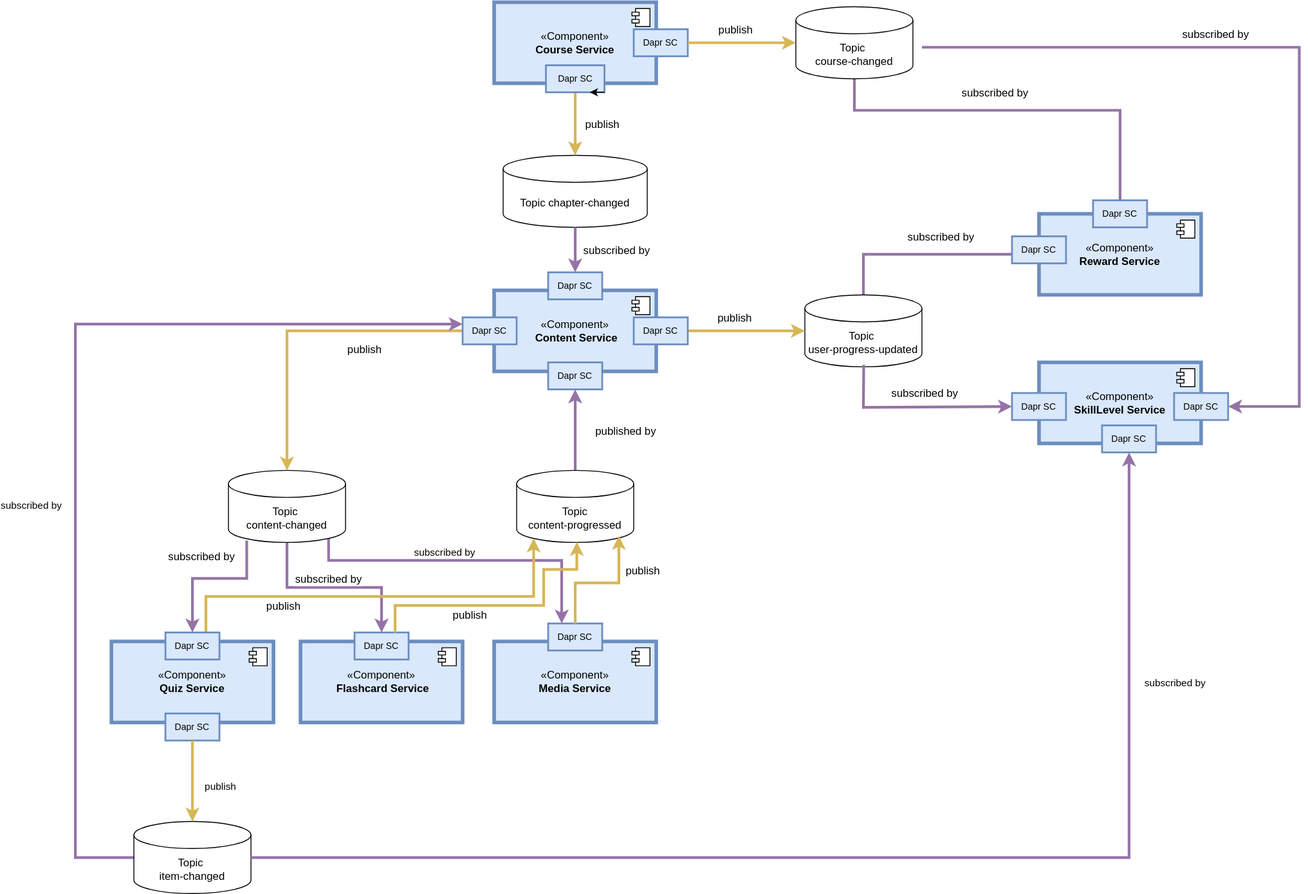
Before: dev-manuals/backend/dapr/topics.drawio.svg, a diagram exported from draw.io (MEITREX/wiki). Source tidied: cells renumbered, new cells last; positions are measured from the earlier drawing's top-left corner, leaving out a move shared by most shapes.
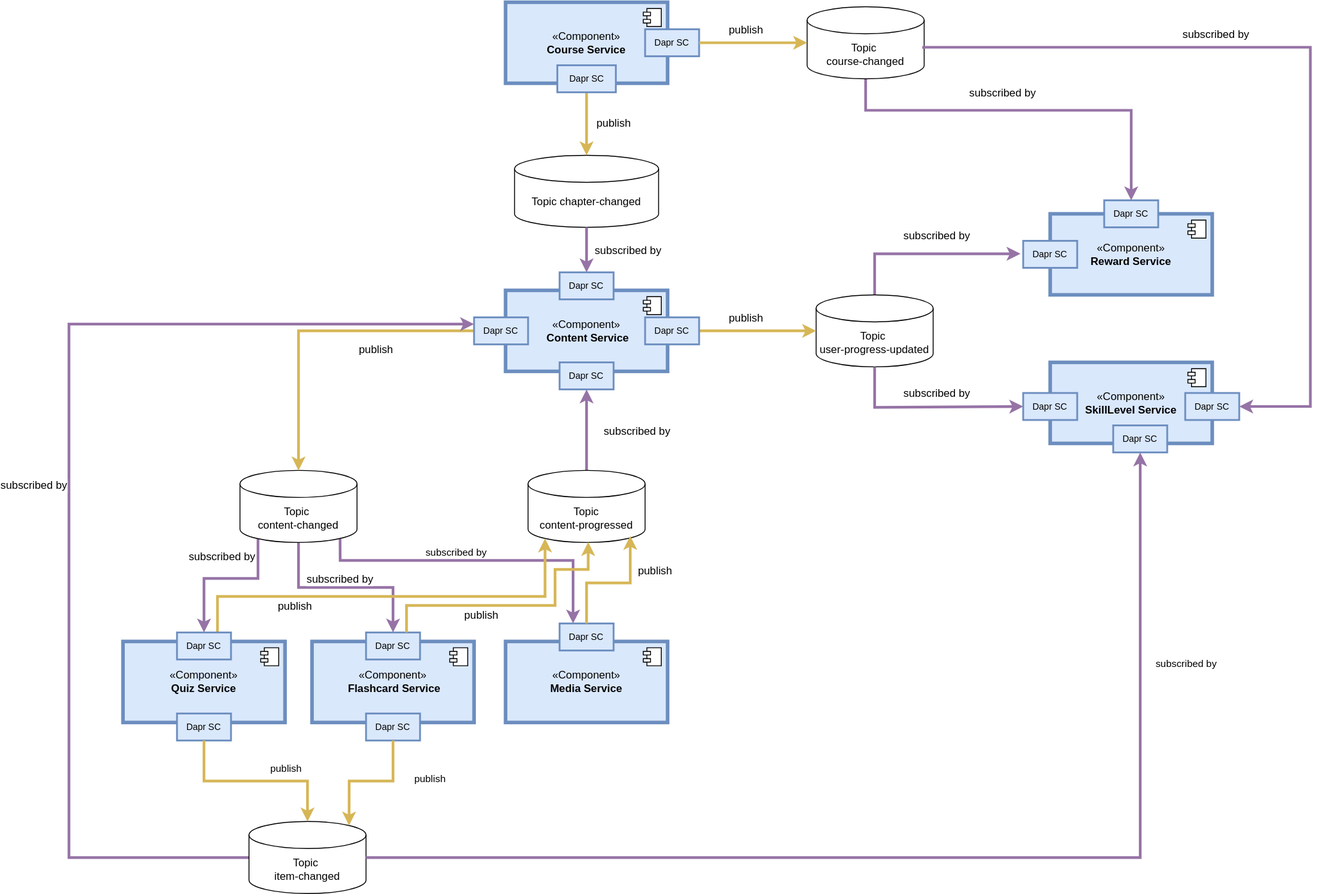
Above is the later version.

Change to the diagram source:
```diff
@@ -58,7 +58,7 @@
         <mxPoint x="-27" y="7" as="offset" />
       </mxGeometry>
     </mxCell>
-    <mxCell id="16" style="edgeStyle=orthogonalEdgeStyle;rounded=0;jettySize=auto;html=1;entryX=0.5;entryY=0;entryDx=0;entryDy=0;fillColor=#e1d5e7;strokeColor=#9673a6;strokeWidth=3;exitX=0.5;exitY=1;exitDx=0;exitDy=0;exitPerimeter=0;" parent="1" edge="1" source="18" target="4">
+    <mxCell id="16" style="edgeStyle=orthogonalEdgeStyle;rounded=0;jettySize=auto;html=1;entryX=0.5;entryY=0;entryDx=0;entryDy=0;fillColor=#e1d5e7;strokeColor=#9673a6;strokeWidth=3;exitX=0.5;exitY=1;exitDx=0;exitDy=0;exitPerimeter=0;" parent="1" edge="1" source="18" target="54">
       <mxGeometry relative="1" as="geometry">
         <Array as="points">
           <mxPoint x="865" y="120" />
@@ -77,7 +77,7 @@
     <mxCell id="19" style="edgeStyle=orthogonalEdgeStyle;rounded=0;jettySize=auto;html=1;entryX=0.5;entryY=1;entryDx=0;entryDy=0;fillColor=#e1d5e7;strokeColor=#9673a6;strokeWidth=3;" parent="1" edge="1" source="21" target="45">
       <mxGeometry relative="1" as="geometry" />
     </mxCell>
-    <mxCell id="20" value="&lt;span style=&quot;font-size: 12px;&quot;&gt;published by&lt;/span&gt;" style="edgeLabel;html=1;align=center;verticalAlign=middle;" parent="19" vertex="1">
+    <mxCell id="20" value="&lt;span style=&quot;font-size: 12px;&quot;&gt;subscribed by&lt;/span&gt;" style="edgeLabel;html=1;align=center;verticalAlign=middle;" parent="19" vertex="1">
       <mxGeometry x="-0.03" y="-1" relative="1" as="geometry">
         <mxPoint x="54" as="offset" />
       </mxGeometry>
@@ -85,10 +85,10 @@
     <mxCell id="21" value="Topic&lt;div&gt;content-progressed&lt;/div&gt;" style="shape=cylinder3;whiteSpace=wrap;html=1;boundedLbl=1;backgroundOutline=1;size=15;" parent="1" vertex="1">
       <mxGeometry x="490" y="520" width="130" height="80" as="geometry" />
     </mxCell>
-    <mxCell id="22" style="edgeStyle=orthogonalEdgeStyle;rounded=0;jettySize=auto;html=1;entryX=0;entryY=0.5;entryDx=0;entryDy=0;fillColor=#e1d5e7;strokeColor=#9673a6;strokeWidth=3;" parent="1" edge="1" source="24" target="4">
+    <mxCell id="22" style="edgeStyle=orthogonalEdgeStyle;rounded=0;jettySize=auto;html=1;fillColor=#e1d5e7;strokeColor=#9673a6;strokeWidth=3;entryX=-0.05;entryY=0.48;entryDx=0;entryDy=0;entryPerimeter=0;" parent="1" edge="1" source="24" target="55">
       <mxGeometry relative="1" as="geometry">
         <Array as="points">
-          <mxPoint x="875" y="280" />
+          <mxPoint x="875" y="279" />
         </Array>
       </mxGeometry>
     </mxCell>
@@ -103,9 +103,10 @@
     <mxCell id="25" value="&lt;div&gt;&lt;div&gt;Topic chapter-changed&lt;/div&gt;&lt;/div&gt;" style="shape=cylinder3;whiteSpace=wrap;html=1;boundedLbl=1;backgroundOutline=1;size=15;" parent="1" vertex="1">
       <mxGeometry x="475" y="170" width="160" height="80" as="geometry" />
     </mxCell>
-    <mxCell id="26" style="edgeStyle=orthogonalEdgeStyle;rounded=0;jettySize=auto;html=1;exitX=0.156;exitY=0.975;exitDx=0;exitDy=0;exitPerimeter=0;fillColor=#e1d5e7;strokeColor=#9673a6;strokeWidth=3;entryX=0.5;entryY=0;entryDx=0;entryDy=0;" parent="1" edge="1" source="32" target="64">
+    <mxCell id="26" style="edgeStyle=orthogonalEdgeStyle;rounded=0;jettySize=auto;html=1;fillColor=#e1d5e7;strokeColor=#9673a6;strokeWidth=3;entryX=0.5;entryY=0;entryDx=0;entryDy=0;exitX=0.078;exitY=0.888;exitDx=0;exitDy=0;exitPerimeter=0;" parent="1" edge="1" source="32" target="64">
       <mxGeometry relative="1" as="geometry">
         <Array as="points">
+          <mxPoint x="190" y="591" />
           <mxPoint x="190" y="640" />
           <mxPoint x="130" y="640" />
         </Array>
@@ -187,7 +188,7 @@
     <mxCell id="45" value="&lt;font style=&quot;font-size: 10px;&quot;&gt;Dapr SC&lt;/font&gt;" style="rounded=0;whiteSpace=wrap;html=1;fillColor=#dae8fc;strokeColor=#6c8ebf;strokeWidth=2;" parent="1" vertex="1">
       <mxGeometry x="525" y="400" width="60" height="30" as="geometry" />
     </mxCell>
-    <mxCell id="46" style="endArrow=classic;html=1;rounded=0;exitX=0.503;exitY=0.971;exitDx=0;exitDy=0;exitPerimeter=0;entryX=0;entryY=0.5;entryDx=0;entryDy=0;fillColor=#e1d5e7;strokeColor=#9673a6;strokeWidth=3;" parent="1" edge="1" source="24" target="56">
+    <mxCell id="46" style="endArrow=classic;html=1;rounded=0;exitX=0.5;exitY=1;exitDx=0;exitDy=0;exitPerimeter=0;entryX=0;entryY=0.5;entryDx=0;entryDy=0;fillColor=#e1d5e7;strokeColor=#9673a6;strokeWidth=3;" parent="1" edge="1" source="24" target="56">
       <mxGeometry relative="1" as="geometry">
         <Array as="points">
           <mxPoint x="875" y="450" />
@@ -202,9 +203,6 @@
     <mxCell id="48" value="&lt;font style=&quot;font-size: 10px;&quot;&gt;Dapr SC&lt;/font&gt;" style="rounded=0;whiteSpace=wrap;html=1;fillColor=#dae8fc;strokeColor=#6c8ebf;strokeWidth=2;" parent="1" vertex="1">
       <mxGeometry x="620" y="30" width="60" height="30" as="geometry" />
     </mxCell>
-    <mxCell id="49" style="edgeStyle=orthogonalEdgeStyle;rounded=0;orthogonalLoop=1;jettySize=auto;html=1;exitX=1;exitY=1;exitDx=0;exitDy=0;entryX=0.75;entryY=1;entryDx=0;entryDy=0;" parent="1" edge="1" source="37" target="37">
-      <mxGeometry relative="1" as="geometry" />
-    </mxCell>
     <mxCell id="50" style="edgeStyle=orthogonalEdgeStyle;rounded=0;jettySize=auto;html=1;entryX=0;entryY=0.5;entryDx=0;entryDy=0;entryPerimeter=0;fillColor=#fff2cc;strokeColor=#d6b656;strokeWidth=3;" parent="1" edge="1" source="48" target="18">
       <mxGeometry relative="1" as="geometry" />
     </mxCell>
@@ -213,11 +211,11 @@
         <mxPoint y="-14" as="offset" />
       </mxGeometry>
     </mxCell>
-    <mxCell id="52" style="edgeStyle=orthogonalEdgeStyle;rounded=0;orthogonalLoop=1;jettySize=auto;html=1;entryX=1;entryY=0.5;entryDx=0;entryDy=0;strokeWidth=3;fillColor=#e1d5e7;strokeColor=#9673a6;" parent="1" edge="1">
+    <mxCell id="52" style="edgeStyle=orthogonalEdgeStyle;rounded=0;jettySize=auto;html=1;entryX=1;entryY=0.5;entryDx=0;entryDy=0;strokeWidth=3;fillColor=#e1d5e7;strokeColor=#9673a6;exitX=0.995;exitY=0.584;exitDx=0;exitDy=0;exitPerimeter=0;" parent="1" edge="1" source="18">
       <mxGeometry relative="1" as="geometry">
-        <mxPoint x="940" y="50" as="sourcePoint" />
         <mxPoint x="1280" y="449" as="targetPoint" />
         <Array as="points">
+          <mxPoint x="929" y="50" />
           <mxPoint x="1359" y="50" />
           <mxPoint x="1359" y="449" />
         </Array>
@@ -232,7 +230,7 @@
       <mxGeometry x="1130" y="220" width="60" height="30" as="geometry" />
     </mxCell>
     <mxCell id="55" value="&lt;font style=&quot;font-size: 10px;&quot;&gt;Dapr SC&lt;/font&gt;" style="rounded=0;whiteSpace=wrap;html=1;fillColor=#dae8fc;strokeColor=#6c8ebf;strokeWidth=2;" parent="1" vertex="1">
-      <mxGeometry x="1040" y="260" width="60" height="30" as="geometry" />
+      <mxGeometry x="1040" y="265" width="60" height="30" as="geometry" />
     </mxCell>
     <mxCell id="56" value="&lt;font style=&quot;font-size: 10px;&quot;&gt;Dapr SC&lt;/font&gt;" style="rounded=0;whiteSpace=wrap;html=1;fillColor=#dae8fc;strokeColor=#6c8ebf;strokeWidth=2;" parent="1" vertex="1">
       <mxGeometry x="1040" y="434" width="60" height="30" as="geometry" />
@@ -285,21 +283,21 @@
         <mxPoint y="11" as="offset" />
       </mxGeometry>
     </mxCell>
-    <mxCell id="67" style="edgeStyle=orthogonalEdgeStyle;rounded=0;jettySize=auto;html=1;exitX=0;exitY=0.5;exitDx=0;exitDy=0;exitPerimeter=0;entryX=0;entryY=0.25;entryDx=0;entryDy=0;strokeWidth=3;fillColor=#e1d5e7;strokeColor=#9673a6;" parent="1" edge="1" source="69" target="44">
+    <mxCell id="67" style="edgeStyle=orthogonalEdgeStyle;rounded=0;jettySize=auto;html=1;entryX=0;entryY=0.25;entryDx=0;entryDy=0;fillColor=#e1d5e7;strokeColor=#9673a6;strokeWidth=3;" parent="1" edge="1" source="69" target="44">
       <mxGeometry relative="1" as="geometry">
         <Array as="points">
-          <mxPoint y="950" />
-          <mxPoint y="358" />
+          <mxPoint x="-20" y="950" />
+          <mxPoint x="-20" y="357" />
         </Array>
       </mxGeometry>
     </mxCell>
-    <mxCell id="68" value="subscribed by" style="edgeLabel;html=1;align=center;verticalAlign=middle;" parent="67" vertex="1">
-      <mxGeometry x="-0.16" y="4" relative="1" as="geometry">
-        <mxPoint x="-46" as="offset" />
+    <mxCell id="68" value="subscribed by" style="edgeLabel;html=1;align=center;verticalAlign=middle;fontSize=12;" parent="67" vertex="1">
+      <mxGeometry x="-0.01" y="-2" relative="1" as="geometry">
+        <mxPoint x="-42" as="offset" />
       </mxGeometry>
     </mxCell>
     <mxCell id="69" value="&lt;div&gt;&lt;div&gt;Topic&amp;nbsp;&lt;/div&gt;&lt;div&gt;item-changed&lt;/div&gt;&lt;/div&gt;" style="shape=cylinder3;whiteSpace=wrap;html=1;boundedLbl=1;backgroundOutline=1;size=15;" parent="1" vertex="1">
-      <mxGeometry x="65" y="910" width="130" height="80" as="geometry" />
+      <mxGeometry x="180" y="910" width="130" height="80" as="geometry" />
     </mxCell>
     <mxCell id="70" value="&lt;font style=&quot;font-size: 10px;&quot;&gt;Dapr SC&lt;/font&gt;" style="rounded=0;whiteSpace=wrap;html=1;fillColor=#dae8fc;strokeColor=#6c8ebf;strokeWidth=2;" parent="1" vertex="1">
       <mxGeometry x="100" y="790" width="60" height="30" as="geometry" />
@@ -312,7 +310,7 @@
     </mxCell>
     <mxCell id="73" value="publish" style="edgeLabel;html=1;align=center;verticalAlign=middle;" parent="72" vertex="1">
       <mxGeometry x="0.13" y="-4" relative="1" as="geometry">
-        <mxPoint x="34" y="-1" as="offset" />
+        <mxPoint x="19" y="-19" as="offset" />
       </mxGeometry>
     </mxCell>
     <mxCell id="74" style="edgeStyle=orthogonalEdgeStyle;rounded=0;jettySize=auto;html=1;entryX=0.5;entryY=1;entryDx=0;entryDy=0;fillColor=#e1d5e7;strokeColor=#9673a6;strokeWidth=3;" parent="1" edge="1" source="69" target="71">
@@ -323,5 +321,16 @@
         <mxPoint x="53" y="1" as="offset" />
       </mxGeometry>
     </mxCell>
+    <mxCell id="76" value="&lt;font style=&quot;font-size: 10px;&quot;&gt;Dapr SC&lt;/font&gt;" style="rounded=0;whiteSpace=wrap;html=1;fillColor=#dae8fc;strokeColor=#6c8ebf;strokeWidth=2;" parent="1" vertex="1">
+      <mxGeometry x="310" y="790" width="60" height="30" as="geometry" />
+    </mxCell>
+    <mxCell id="77" style="edgeStyle=orthogonalEdgeStyle;rounded=0;jettySize=auto;html=1;entryX=0.855;entryY=0;entryDx=0;entryDy=4.35;entryPerimeter=0;fillColor=#fff2cc;strokeColor=#d6b656;strokeWidth=3;" parent="1" edge="1" source="76" target="69">
+      <mxGeometry relative="1" as="geometry" />
+    </mxCell>
+    <mxCell id="78" value="publish" style="edgeLabel;html=1;align=center;verticalAlign=middle;" parent="77" vertex="1">
+      <mxGeometry x="-0.03" y="-3" relative="1" as="geometry">
+        <mxPoint x="65" as="offset" />
+      </mxGeometry>
+    </mxCell>
   </root>
 </mxGraphModel>
```
